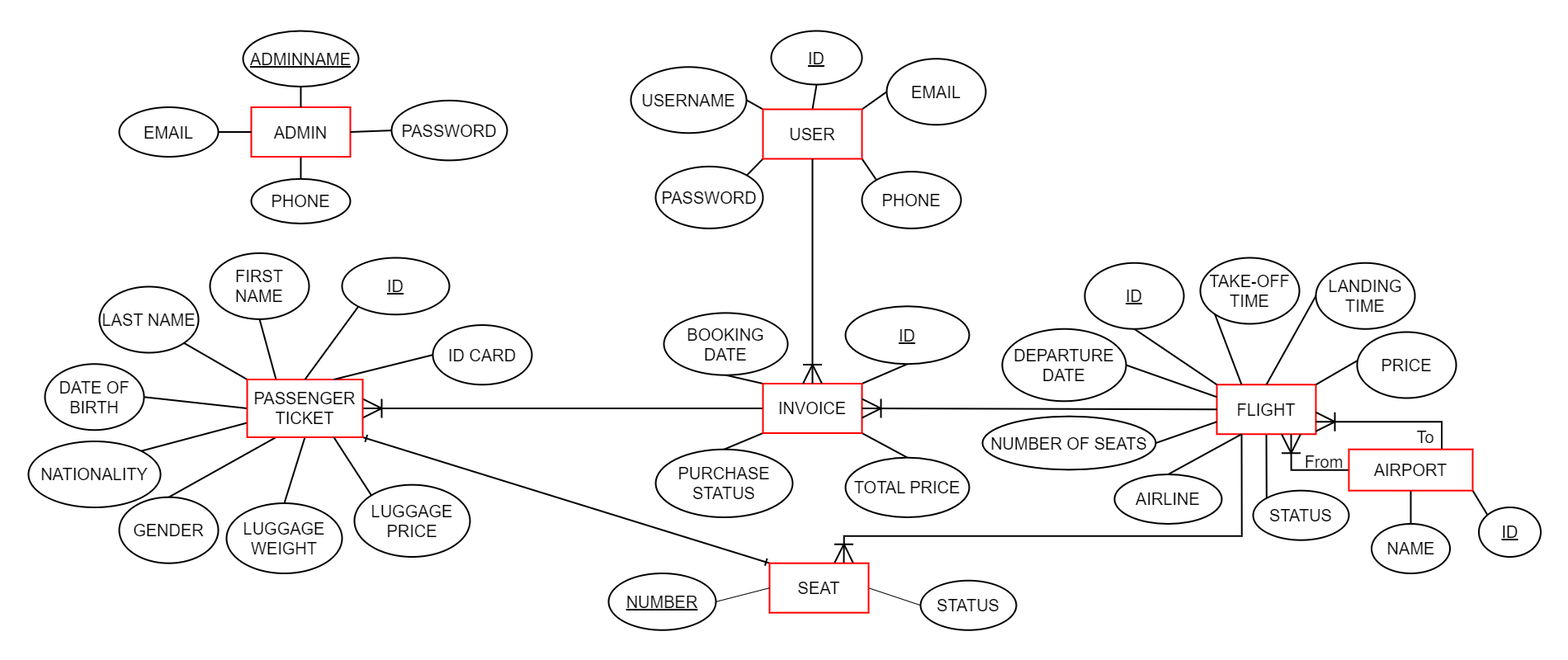
Above: ERD/ERD.png in duykasama/Flight-Booking-Website (draw.io), before the change. Source tidied: cells renumbered, new cells last; positions are measured from the earlier drawing's top-left corner, leaving out a move shared by most shapes.
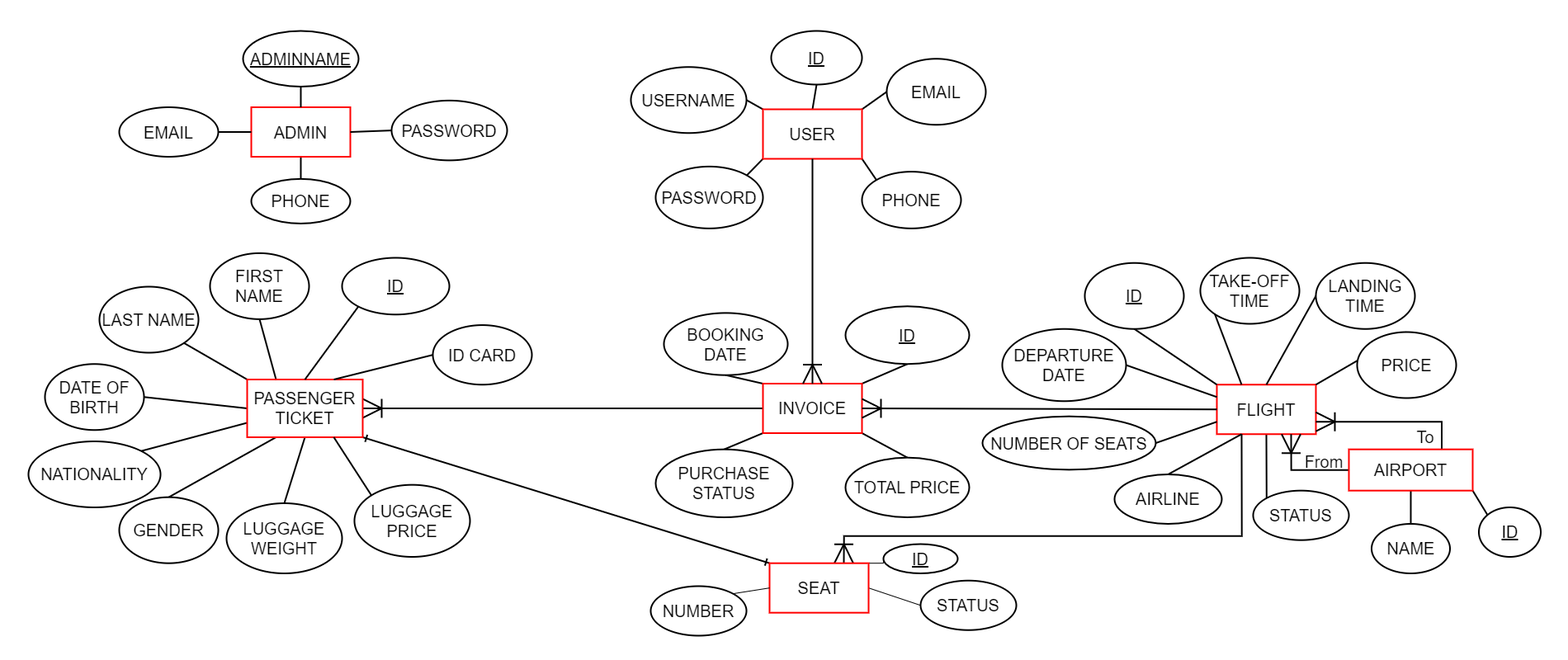
The same diagram one commit later.

Diff of the diagram source:
```diff
@@ -259,20 +259,26 @@
         </Array>
       </mxGeometry>
     </mxCell>
+    <mxCell id="90" style="edgeStyle=orthogonalEdgeStyle;rounded=0;jettySize=auto;html=1;exitX=1;exitY=0;exitDx=0;exitDy=0;entryX=0;entryY=0.5;entryDx=0;entryDy=0;endArrow=none;endFill=0;" parent="1" edge="1" source="85" target="91">
+      <mxGeometry relative="1" as="geometry" />
+    </mxCell>
     <mxCell id="85" value="&lt;font style=&quot;font-size: 20px;&quot;&gt;SEAT&lt;/font&gt;" style="whiteSpace=wrap;html=1;labelBackgroundColor=none;rounded=0;strokeWidth=2;strokeColor=#FF0000;" parent="1" vertex="1">
       <mxGeometry x="898" y="645.2" width="120" height="60" as="geometry" />
     </mxCell>
-    <mxCell id="86" style="edgeStyle=none;rounded=0;jettySize=auto;html=1;exitX=1;exitY=0.5;exitDx=0;exitDy=0;entryX=0;entryY=0.5;entryDx=0;entryDy=0;endArrow=none;endFill=0;" parent="1" edge="1" source="87" target="85">
+    <mxCell id="86" style="edgeStyle=none;rounded=0;jettySize=auto;html=1;exitX=1;exitY=0;exitDx=0;exitDy=0;entryX=0;entryY=0.5;entryDx=0;entryDy=0;endArrow=none;endFill=0;" parent="1" edge="1" source="87" target="85">
       <mxGeometry relative="1" as="geometry" />
     </mxCell>
-    <mxCell id="87" value="NUMBER" style="ellipse;whiteSpace=wrap;html=1;strokeWidth=2;fontSize=20;labelBackgroundColor=none;rounded=0;fontStyle=4;" parent="1" vertex="1">
-      <mxGeometry x="703" y="657.5" width="130" height="68.8" as="geometry" />
-    </mxCell>
     <mxCell id="88" value="STATUS" style="ellipse;whiteSpace=wrap;html=1;strokeWidth=2;fontSize=20;labelBackgroundColor=none;rounded=0;" parent="1" vertex="1">
       <mxGeometry x="1081" y="666.2" width="116" height="60" as="geometry" />
     </mxCell>
     <mxCell id="89" style="edgeStyle=orthogonalEdgeStyle;rounded=0;orthogonalLoop=1;jettySize=auto;html=1;exitX=0.5;exitY=1;exitDx=0;exitDy=0;startArrow=ERoneToMany;startFill=0;endArrow=none;endFill=0;startSize=20;" parent="1" edge="1" source="82" target="82">
       <mxGeometry relative="1" as="geometry" />
     </mxCell>
+    <mxCell id="91" value="ID" style="ellipse;whiteSpace=wrap;html=1;strokeWidth=2;fontSize=20;labelBackgroundColor=none;rounded=0;fontStyle=4;" parent="1" vertex="1">
+      <mxGeometry x="1036" y="622" width="90" height="35.5" as="geometry" />
+    </mxCell>
+    <mxCell id="87" value="NUMBER" style="ellipse;whiteSpace=wrap;html=1;strokeWidth=2;fontSize=20;labelBackgroundColor=none;rounded=0;" parent="1" vertex="1">
+      <mxGeometry x="754" y="673" width="116" height="60" as="geometry" />
+    </mxCell>
   </root>
 </mxGraphModel>
```
